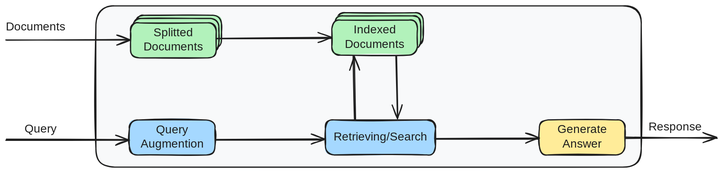
This is static/Post2/RAG_Flow.excalidraw.svg from cvhrnkmp/cvhrnkmp.github.io, a Excalidraw export, as it was before one commit. Source tidied: one line per element, renumbered; positions are measured from the earlier drawing's top-left corner, leaving out a move shared by most shapes. Its diagram source:
```json
{"id": 0, "type": "rectangle", "strokeColor": "#1e1e1e", "backgroundColor": "#f8f9fa", "fillStyle": "solid", "strokeWidth": 2, "roughness": 1, "round": true, "x": 155, "y": 0, "width": 936, "height": 276}
{"id": 1, "type": "rectangle", "strokeColor": "#1e1e1e", "backgroundColor": "#b2f2bb", "fillStyle": "solid", "strokeWidth": 2, "roughness": 1, "round": true, "x": 223, "y": 16, "width": 147, "height": 56}
{"id": 2, "type": "rectangle", "strokeColor": "#1e1e1e", "backgroundColor": "#b2f2bb", "fillStyle": "solid", "strokeWidth": 2, "roughness": 1, "round": true, "x": 219, "y": 22, "width": 147, "height": 56}
{"id": 3, "type": "rectangle", "strokeColor": "#1e1e1e", "backgroundColor": "#b2f2bb", "fillStyle": "solid", "strokeWidth": 2, "roughness": 1, "round": true, "x": 214, "y": 29, "width": 147, "height": 60}
{"id": 4, "type": "text", "text": "Splitted\nDocuments", "strokeColor": "#1e1e1e", "strokeWidth": 2, "roughness": 1, "fontSize": 20, "fontFamily": 5, "textAlign": "center", "verticalAlign": "middle", "inside": 3, "x": 235, "y": 34, "width": 105, "height": 50}
{"id": 5, "type": "rectangle", "strokeColor": "#1e1e1e", "backgroundColor": "#b2f2bb", "fillStyle": "solid", "strokeWidth": 2, "roughness": 1, "round": true, "x": 570, "y": 12, "width": 147, "height": 56}
{"id": 6, "type": "rectangle", "strokeColor": "#1e1e1e", "backgroundColor": "#b2f2bb", "fillStyle": "solid", "strokeWidth": 2, "roughness": 1, "round": true, "x": 565, "y": 17, "width": 147, "height": 56}
{"id": 7, "type": "rectangle", "strokeColor": "#1e1e1e", "backgroundColor": "#b2f2bb", "fillStyle": "solid", "strokeWidth": 2, "roughness": 1, "round": true, "x": 560, "y": 24, "width": 147, "height": 60}
{"id": 8, "type": "text", "text": "Indexed\nDocuments", "strokeColor": "#1e1e1e", "strokeWidth": 2, "roughness": 1, "fontSize": 20, "fontFamily": 5, "textAlign": "center", "verticalAlign": "middle", "inside": 7, "x": 581, "y": 29, "width": 105, "height": 50}
{"id": 9, "type": "arrow", "strokeColor": "#1e1e1e", "backgroundColor": "#ffffff", "fillStyle": "solid", "strokeWidth": 2, "roughness": 1, "endArrowhead": "arrow", "round": true, "from": 3, "x": 362, "y": 55, "width": 198, "height": 0, "points": [[0, 0], [198, 0]]}
{"id": 10, "type": "rectangle", "strokeColor": "#1e1e1e", "backgroundColor": "#a5d8ff", "fillStyle": "solid", "strokeWidth": 2, "roughness": 1, "round": true, "x": 549, "y": 195, "width": 189, "height": 60}
{"id": 11, "type": "text", "text": "Retrieving/Search", "strokeColor": "#1e1e1e", "strokeWidth": 2, "roughness": 1, "fontSize": 20, "fontFamily": 5, "textAlign": "center", "verticalAlign": "middle", "inside": 10, "x": 556, "y": 213, "width": 173, "height": 25}
{"id": 12, "type": "arrow", "strokeColor": "#1e1e1e", "backgroundColor": "#ffffff", "fillStyle": "solid", "strokeWidth": 2, "roughness": 1, "endArrowhead": "arrow", "round": true, "from": 10, "to": 7, "x": 599, "y": 195, "width": 2, "height": 110, "points": [[0, 0], [-2, -110]]}
{"id": 13, "type": "arrow", "strokeColor": "#1e1e1e", "backgroundColor": "#ffffff", "fillStyle": "solid", "strokeWidth": 2, "roughness": 1, "endArrowhead": "arrow", "round": true, "x": 670, "y": 86, "width": 2, "height": 106, "points": [[0, 0], [2, 106]]}
{"id": 14, "type": "rectangle", "strokeColor": "#1e1e1e", "backgroundColor": "#a5d8ff", "fillStyle": "solid", "strokeWidth": 2, "roughness": 1, "round": true, "x": 212, "y": 195, "width": 147, "height": 60}
{"id": 15, "type": "text", "text": "Query\nAugmention", "strokeColor": "#1e1e1e", "strokeWidth": 2, "roughness": 1, "fontSize": 20, "fontFamily": 5, "textAlign": "center", "verticalAlign": "middle", "inside": 14, "x": 231, "y": 200, "width": 109, "height": 50}
{"id": 16, "type": "arrow", "strokeColor": "#1e1e1e", "backgroundColor": "#ffffff", "fillStyle": "solid", "strokeWidth": 2, "roughness": 1, "endArrowhead": "arrow", "round": true, "from": 14, "x": 360, "y": 230, "width": 186, "height": 1, "points": [[0, 0], [186, -1]]}
{"id": 17, "type": "arrow", "strokeColor": "#1e1e1e", "backgroundColor": "#ffffff", "fillStyle": "solid", "strokeWidth": 2, "roughness": 1, "endArrowhead": "arrow", "round": true, "x": 2, "y": 58, "width": 211, "height": 1, "points": [[0, 0], [211, 1]]}
{"id": 18, "type": "arrow", "strokeColor": "#1e1e1e", "backgroundColor": "#ffffff", "fillStyle": "solid", "strokeWidth": 2, "roughness": 1, "endArrowhead": "arrow", "round": true, "x": 0, "y": 229, "width": 211, "height": 1, "points": [[0, 0], [211, 1]]}
{"id": 19, "type": "text", "text": "Query", "strokeColor": "#1e1e1e", "backgroundColor": "#ffffff", "fillStyle": "solid", "strokeWidth": 2, "roughness": 1, "fontSize": 20, "fontFamily": 5, "x": 32, "y": 199, "width": 73, "height": 25}
{"id": 20, "type": "text", "text": "Documents", "strokeColor": "#1e1e1e", "backgroundColor": "#ffffff", "fillStyle": "solid", "strokeWidth": 2, "roughness": 1, "fontSize": 20, "fontFamily": 5, "x": 0, "y": 24, "width": 147, "height": 25}
{"id": 21, "type": "rectangle", "strokeColor": "#1e1e1e", "backgroundColor": "#ffec99", "fillStyle": "solid", "strokeWidth": 2, "roughness": 1, "round": true, "x": 916, "y": 195, "width": 147, "height": 60}
{"id": 22, "type": "text", "text": "Generate\nAnswer", "strokeColor": "#1e1e1e", "strokeWidth": 2, "roughness": 1, "fontSize": 20, "fontFamily": 5, "textAlign": "center", "verticalAlign": "middle", "inside": 21, "x": 945, "y": 200, "width": 88, "height": 50}
{"id": 23, "type": "arrow", "strokeColor": "#1e1e1e", "backgroundColor": "#ffffff", "fillStyle": "solid", "strokeWidth": 2, "roughness": 1, "endArrowhead": "arrow", "round": true, "from": 10, "x": 738, "y": 228, "width": 177, "height": 1, "points": [[0, 0], [177, -1]]}
{"id": 24, "type": "arrow", "strokeColor": "#1e1e1e", "backgroundColor": "#ffffff", "fillStyle": "solid", "strokeWidth": 2, "roughness": 1, "endArrowhead": "arrow", "round": true, "x": 1063, "y": 226, "width": 158, "height": 0, "points": [[0, 0], [158, 0]]}
{"id": 25, "type": "text", "text": "Response", "strokeColor": "#1e1e1e", "backgroundColor": "#ffffff", "fillStyle": "solid", "strokeWidth": 2, "roughness": 1, "fontSize": 20, "fontFamily": 5, "x": 1103, "y": 196, "width": 102, "height": 25}
```
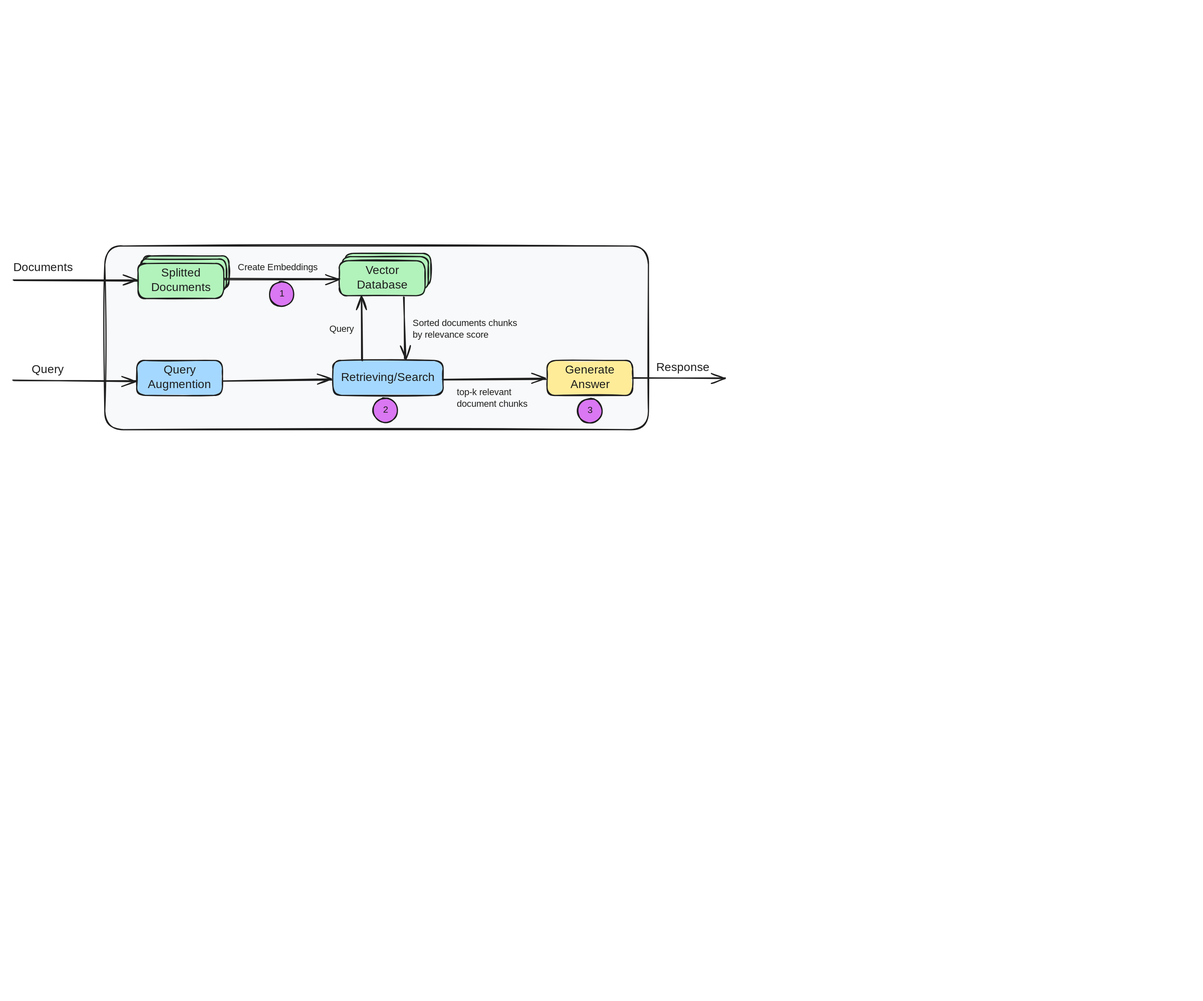
The same file after the commit.

What changed in the source:
```diff
@@ -1,26 +1,36 @@
-{"id": 0, "type": "rectangle", "strokeColor": "#1e1e1e", "backgroundColor": "#f8f9fa", "fillStyle": "solid", "strokeWidth": 2, "roughness": 1, "round": true, "x": 155, "y": 0, "width": 936, "height": 276}
-{"id": 1, "type": "rectangle", "strokeColor": "#1e1e1e", "backgroundColor": "#b2f2bb", "fillStyle": "solid", "strokeWidth": 2, "roughness": 1, "round": true, "x": 223, "y": 16, "width": 147, "height": 56}
-{"id": 2, "type": "rectangle", "strokeColor": "#1e1e1e", "backgroundColor": "#b2f2bb", "fillStyle": "solid", "strokeWidth": 2, "roughness": 1, "round": true, "x": 219, "y": 22, "width": 147, "height": 56}
-{"id": 3, "type": "rectangle", "strokeColor": "#1e1e1e", "backgroundColor": "#b2f2bb", "fillStyle": "solid", "strokeWidth": 2, "roughness": 1, "round": true, "x": 214, "y": 29, "width": 147, "height": 60}
+{"id": 26, "type": "rectangle", "strokeColor": "#1e1e1e", "backgroundColor": "#f8f9fa", "fillStyle": "solid", "strokeWidth": 2, "roughness": 1, "round": true, "x": 157, "y": -1, "width": 933, "height": 315}
+{"id": 27, "type": "rectangle", "strokeColor": "#1e1e1e", "backgroundColor": "#b2f2bb", "fillStyle": "solid", "strokeWidth": 2, "roughness": 1, "round": true, "x": 223, "y": 16, "width": 147, "height": 56}
+{"id": 28, "type": "rectangle", "strokeColor": "#1e1e1e", "backgroundColor": "#b2f2bb", "fillStyle": "solid", "strokeWidth": 2, "roughness": 1, "round": true, "x": 219, "y": 22, "width": 147, "height": 56}
+{"id": 29, "type": "rectangle", "strokeColor": "#1e1e1e", "backgroundColor": "#b2f2bb", "fillStyle": "solid", "strokeWidth": 2, "roughness": 1, "round": true, "x": 214, "y": 29, "width": 147, "height": 60}
-{"id": 4, "type": "text", "text": "Splitted\nDocuments", "strokeColor": "#1e1e1e", "strokeWidth": 2, "roughness": 1, "fontSize": 20, "fontFamily": 5, "textAlign": "center", "verticalAlign": "middle", "inside": 3, "x": 235, "y": 34, "width": 105, "height": 50}
+{"id": 4, "type": "text", "text": "Splitted\nDocuments", "strokeColor": "#1e1e1e", "strokeWidth": 2, "roughness": 1, "fontSize": 20, "fontFamily": 5, "textAlign": "center", "verticalAlign": "middle", "inside": 29, "x": 235, "y": 34, "width": 105, "height": 50}
-{"id": 5, "type": "rectangle", "strokeColor": "#1e1e1e", "backgroundColor": "#b2f2bb", "fillStyle": "solid", "strokeWidth": 2, "roughness": 1, "round": true, "x": 570, "y": 12, "width": 147, "height": 56}
-{"id": 6, "type": "rectangle", "strokeColor": "#1e1e1e", "backgroundColor": "#b2f2bb", "fillStyle": "solid", "strokeWidth": 2, "roughness": 1, "round": true, "x": 565, "y": 17, "width": 147, "height": 56}
-{"id": 7, "type": "rectangle", "strokeColor": "#1e1e1e", "backgroundColor": "#b2f2bb", "fillStyle": "solid", "strokeWidth": 2, "roughness": 1, "round": true, "x": 560, "y": 24, "width": 147, "height": 60}
-{"id": 8, "type": "text", "text": "Indexed\nDocuments", "strokeColor": "#1e1e1e", "strokeWidth": 2, "roughness": 1, "fontSize": 20, "fontFamily": 5, "textAlign": "center", "verticalAlign": "middle", "inside": 7, "x": 581, "y": 29, "width": 105, "height": 50}
-{"id": 9, "type": "arrow", "strokeColor": "#1e1e1e", "backgroundColor": "#ffffff", "fillStyle": "solid", "strokeWidth": 2, "roughness": 1, "endArrowhead": "arrow", "round": true, "from": 3, "x": 362, "y": 55, "width": 198, "height": 0, "points": [[0, 0], [198, 0]]}
-{"id": 10, "type": "rectangle", "strokeColor": "#1e1e1e", "backgroundColor": "#a5d8ff", "fillStyle": "solid", "strokeWidth": 2, "roughness": 1, "round": true, "x": 549, "y": 195, "width": 189, "height": 60}
+{"id": 30, "type": "rectangle", "strokeColor": "#1e1e1e", "backgroundColor": "#b2f2bb", "fillStyle": "solid", "strokeWidth": 2, "roughness": 1, "round": true, "x": 570, "y": 12, "width": 147, "height": 56}
+{"id": 31, "type": "rectangle", "strokeColor": "#1e1e1e", "backgroundColor": "#b2f2bb", "fillStyle": "solid", "strokeWidth": 2, "roughness": 1, "round": true, "x": 565, "y": 17, "width": 147, "height": 56}
+{"id": 32, "type": "rectangle", "strokeColor": "#1e1e1e", "backgroundColor": "#b2f2bb", "fillStyle": "solid", "strokeWidth": 2, "roughness": 1, "round": true, "x": 560, "y": 24, "width": 147, "height": 60}
+{"id": 33, "type": "text", "text": "Vector\nDatabase", "strokeColor": "#1e1e1e", "strokeWidth": 2, "roughness": 1, "fontSize": 20, "fontFamily": 5, "textAlign": "center", "verticalAlign": "middle", "inside": 32, "x": 586, "y": 29, "width": 94, "height": 50}
+{"id": 34, "type": "arrow", "strokeColor": "#1e1e1e", "backgroundColor": "#ffffff", "fillStyle": "solid", "strokeWidth": 2, "roughness": 1, "endArrowhead": "arrow", "round": true, "from": 29, "x": 362, "y": 55, "width": 198, "height": 0, "points": [[0, 0], [198, 0]]}
+{"id": 35, "type": "rectangle", "strokeColor": "#1e1e1e", "backgroundColor": "#a5d8ff", "fillStyle": "solid", "strokeWidth": 2, "roughness": 1, "round": true, "x": 549, "y": 195, "width": 189, "height": 60}
-{"id": 11, "type": "text", "text": "Retrieving/Search", "strokeColor": "#1e1e1e", "strokeWidth": 2, "roughness": 1, "fontSize": 20, "fontFamily": 5, "textAlign": "center", "verticalAlign": "middle", "inside": 10, "x": 556, "y": 213, "width": 173, "height": 25}
+{"id": 11, "type": "text", "text": "Retrieving/Search", "strokeColor": "#1e1e1e", "strokeWidth": 2, "roughness": 1, "fontSize": 20, "fontFamily": 5, "textAlign": "center", "verticalAlign": "middle", "inside": 35, "x": 556, "y": 213, "width": 173, "height": 25}
-{"id": 12, "type": "arrow", "strokeColor": "#1e1e1e", "backgroundColor": "#ffffff", "fillStyle": "solid", "strokeWidth": 2, "roughness": 1, "endArrowhead": "arrow", "round": true, "from": 10, "to": 7, "x": 599, "y": 195, "width": 2, "height": 110, "points": [[0, 0], [-2, -110]]}
-{"id": 13, "type": "arrow", "strokeColor": "#1e1e1e", "backgroundColor": "#ffffff", "fillStyle": "solid", "strokeWidth": 2, "roughness": 1, "endArrowhead": "arrow", "round": true, "x": 670, "y": 86, "width": 2, "height": 106, "points": [[0, 0], [2, 106]]}
-{"id": 14, "type": "rectangle", "strokeColor": "#1e1e1e", "backgroundColor": "#a5d8ff", "fillStyle": "solid", "strokeWidth": 2, "roughness": 1, "round": true, "x": 212, "y": 195, "width": 147, "height": 60}
+{"id": 36, "type": "arrow", "strokeColor": "#1e1e1e", "backgroundColor": "#ffffff", "fillStyle": "solid", "strokeWidth": 2, "roughness": 1, "endArrowhead": "arrow", "round": true, "from": 35, "to": 32, "x": 599, "y": 195, "width": 2, "height": 110, "points": [[0, 0], [-2, -110]]}
+{"id": 37, "type": "arrow", "strokeColor": "#1e1e1e", "backgroundColor": "#ffffff", "fillStyle": "solid", "strokeWidth": 2, "roughness": 1, "endArrowhead": "arrow", "round": true, "x": 670, "y": 86, "width": 2, "height": 106, "points": [[0, 0], [2, 106]]}
+{"id": 38, "type": "rectangle", "strokeColor": "#1e1e1e", "backgroundColor": "#a5d8ff", "fillStyle": "solid", "strokeWidth": 2, "roughness": 1, "round": true, "x": 212, "y": 195, "width": 147, "height": 60}
-{"id": 15, "type": "text", "text": "Query\nAugmention", "strokeColor": "#1e1e1e", "strokeWidth": 2, "roughness": 1, "fontSize": 20, "fontFamily": 5, "textAlign": "center", "verticalAlign": "middle", "inside": 14, "x": 231, "y": 200, "width": 109, "height": 50}
+{"id": 15, "type": "text", "text": "Query\nAugmention", "strokeColor": "#1e1e1e", "strokeWidth": 2, "roughness": 1, "fontSize": 20, "fontFamily": 5, "textAlign": "center", "verticalAlign": "middle", "inside": 38, "x": 231, "y": 200, "width": 109, "height": 50}
-{"id": 16, "type": "arrow", "strokeColor": "#1e1e1e", "backgroundColor": "#ffffff", "fillStyle": "solid", "strokeWidth": 2, "roughness": 1, "endArrowhead": "arrow", "round": true, "from": 14, "x": 360, "y": 230, "width": 186, "height": 1, "points": [[0, 0], [186, -1]]}
-{"id": 17, "type": "arrow", "strokeColor": "#1e1e1e", "backgroundColor": "#ffffff", "fillStyle": "solid", "strokeWidth": 2, "roughness": 1, "endArrowhead": "arrow", "round": true, "x": 2, "y": 58, "width": 211, "height": 1, "points": [[0, 0], [211, 1]]}
-{"id": 18, "type": "arrow", "strokeColor": "#1e1e1e", "backgroundColor": "#ffffff", "fillStyle": "solid", "strokeWidth": 2, "roughness": 1, "endArrowhead": "arrow", "round": true, "x": 0, "y": 229, "width": 211, "height": 1, "points": [[0, 0], [211, 1]]}
-{"id": 19, "type": "text", "text": "Query", "strokeColor": "#1e1e1e", "backgroundColor": "#ffffff", "fillStyle": "solid", "strokeWidth": 2, "roughness": 1, "fontSize": 20, "fontFamily": 5, "x": 32, "y": 199, "width": 73, "height": 25}
+{"id": 39, "type": "arrow", "strokeColor": "#1e1e1e", "backgroundColor": "#ffffff", "fillStyle": "solid", "strokeWidth": 2, "roughness": 1, "endArrowhead": "arrow", "round": true, "from": 38, "x": 360, "y": 230, "width": 186, "height": 1, "points": [[0, 0], [186, -1]]}
+{"id": 40, "type": "arrow", "strokeColor": "#1e1e1e", "backgroundColor": "#ffffff", "fillStyle": "solid", "strokeWidth": 2, "roughness": 1, "endArrowhead": "arrow", "round": true, "x": 2, "y": 58, "width": 211, "height": 1, "points": [[0, 0], [211, 1]]}
+{"id": 41, "type": "arrow", "strokeColor": "#1e1e1e", "backgroundColor": "#ffffff", "fillStyle": "solid", "strokeWidth": 2, "roughness": 1, "endArrowhead": "arrow", "round": true, "x": 0, "y": 229, "width": 211, "height": 1, "points": [[0, 0], [211, 1]]}
+{"id": 42, "type": "text", "text": "Query", "strokeColor": "#1e1e1e", "backgroundColor": "#ffffff", "fillStyle": "solid", "strokeWidth": 2, "roughness": 1, "fontSize": 20, "fontFamily": 5, "x": 32, "y": 199, "width": 73, "height": 25}
 {"id": 20, "type": "text", "text": "Documents", "strokeColor": "#1e1e1e", "backgroundColor": "#ffffff", "fillStyle": "solid", "strokeWidth": 2, "roughness": 1, "fontSize": 20, "fontFamily": 5, "x": 0, "y": 24, "width": 147, "height": 25}
-{"id": 21, "type": "rectangle", "strokeColor": "#1e1e1e", "backgroundColor": "#ffec99", "fillStyle": "solid", "strokeWidth": 2, "roughness": 1, "round": true, "x": 916, "y": 195, "width": 147, "height": 60}
+{"id": 43, "type": "rectangle", "strokeColor": "#1e1e1e", "backgroundColor": "#ffec99", "fillStyle": "solid", "strokeWidth": 2, "roughness": 1, "round": true, "x": 916, "y": 195, "width": 147, "height": 60}
-{"id": 22, "type": "text", "text": "Generate\nAnswer", "strokeColor": "#1e1e1e", "strokeWidth": 2, "roughness": 1, "fontSize": 20, "fontFamily": 5, "textAlign": "center", "verticalAlign": "middle", "inside": 21, "x": 945, "y": 200, "width": 88, "height": 50}
+{"id": 22, "type": "text", "text": "Generate\nAnswer", "strokeColor": "#1e1e1e", "strokeWidth": 2, "roughness": 1, "fontSize": 20, "fontFamily": 5, "textAlign": "center", "verticalAlign": "middle", "inside": 43, "x": 945, "y": 200, "width": 88, "height": 50}
-{"id": 23, "type": "arrow", "strokeColor": "#1e1e1e", "backgroundColor": "#ffffff", "fillStyle": "solid", "strokeWidth": 2, "roughness": 1, "endArrowhead": "arrow", "round": true, "from": 10, "x": 738, "y": 228, "width": 177, "height": 1, "points": [[0, 0], [177, -1]]}
-{"id": 24, "type": "arrow", "strokeColor": "#1e1e1e", "backgroundColor": "#ffffff", "fillStyle": "solid", "strokeWidth": 2, "roughness": 1, "endArrowhead": "arrow", "round": true, "x": 1063, "y": 226, "width": 158, "height": 0, "points": [[0, 0], [158, 0]]}
+{"id": 44, "type": "arrow", "strokeColor": "#1e1e1e", "backgroundColor": "#ffffff", "fillStyle": "solid", "strokeWidth": 2, "roughness": 1, "endArrowhead": "arrow", "round": true, "from": 35, "x": 738, "y": 228, "width": 177, "height": 1, "points": [[0, 0], [177, -1]]}
+{"id": 45, "type": "arrow", "strokeColor": "#1e1e1e", "backgroundColor": "#ffffff", "fillStyle": "solid", "strokeWidth": 2, "roughness": 1, "endArrowhead": "arrow", "round": true, "x": 1063, "y": 226, "width": 158, "height": 0, "points": [[0, 0], [158, 0]]}
 {"id": 25, "type": "text", "text": "Response", "strokeColor": "#1e1e1e", "backgroundColor": "#ffffff", "fillStyle": "solid", "strokeWidth": 2, "roughness": 1, "fontSize": 20, "fontFamily": 5, "x": 1103, "y": 196, "width": 102, "height": 25}
+{"id": 46, "type": "ellipse", "strokeColor": "#1e1e1e", "backgroundColor": "#da77f2", "fillStyle": "solid", "strokeWidth": 2, "roughness": 1, "round": true, "x": 440, "y": 61, "width": 42, "height": 42}
+{"id": 47, "type": "text", "text": "1", "strokeColor": "#1e1e1e", "strokeWidth": 2, "roughness": 1, "fontSize": 16, "fontFamily": 5, "textAlign": "center", "verticalAlign": "middle", "inside": 46, "x": 457, "y": 72, "width": 7, "height": 20}
+{"id": 48, "type": "ellipse", "strokeColor": "#1e1e1e", "backgroundColor": "#da77f2", "fillStyle": "solid", "strokeWidth": 2, "roughness": 1, "round": true, "x": 617, "y": 260, "width": 42, "height": 42}
+{"id": 49, "type": "text", "text": "2", "strokeColor": "#1e1e1e", "strokeWidth": 2, "roughness": 1, "fontSize": 16, "fontFamily": 5, "textAlign": "center", "verticalAlign": "middle", "inside": 48, "x": 633, "y": 271, "width": 11, "height": 20}
+{"id": 50, "type": "text", "text": "Create Embeddings", "strokeColor": "#1e1e1e", "backgroundColor": "#da77f2", "fillStyle": "solid", "strokeWidth": 2, "roughness": 1, "fontSize": 16, "fontFamily": 5, "x": 385, "y": 27, "width": 147, "height": 20}
+{"id": 51, "type": "text", "text": "Query", "strokeColor": "#1e1e1e", "backgroundColor": "#da77f2", "fillStyle": "solid", "strokeWidth": 2, "roughness": 1, "fontSize": 16, "fontFamily": 5, "x": 543, "y": 132, "width": 45, "height": 20}
+{"id": 52, "type": "text", "text": "Sorted documents chunks \nby relevance score", "strokeColor": "#1e1e1e", "backgroundColor": "#da77f2", "fillStyle": "solid", "strokeWidth": 2, "roughness": 1, "fontSize": 16, "fontFamily": 5, "x": 685, "y": 122, "width": 206, "height": 40}
+{"id": 53, "type": "text", "text": "top-k relevant \ndocument chunks", "strokeColor": "#1e1e1e", "backgroundColor": "#da77f2", "fillStyle": "solid", "strokeWidth": 2, "roughness": 1, "fontSize": 16, "fontFamily": 5, "x": 761, "y": 241, "width": 131, "height": 40}
+{"id": 54, "type": "ellipse", "strokeColor": "#1e1e1e", "backgroundColor": "#da77f2", "fillStyle": "solid", "strokeWidth": 2, "roughness": 1, "round": true, "x": 968, "y": 261, "width": 42, "height": 42}
+{"id": 55, "type": "text", "text": "3", "strokeColor": "#1e1e1e", "strokeWidth": 2, "roughness": 1, "fontSize": 16, "fontFamily": 5, "textAlign": "center", "verticalAlign": "middle", "inside": 54, "x": 985, "y": 272, "width": 10, "height": 20}
```
